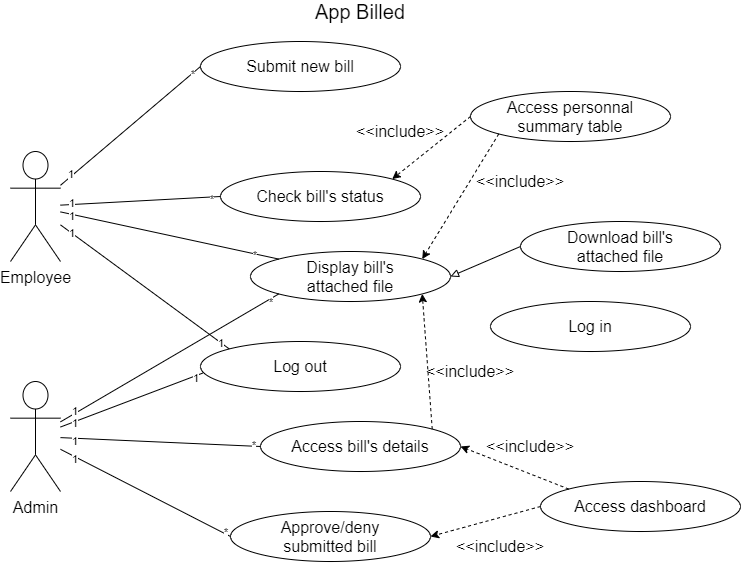
This is specs/UseCases.png from SebDelile/Billed-app-FR, a draw.io export, as it was before one commit. Source tidied: cells renumbered, new cells last; positions are measured from the earlier drawing's top-left corner, leaving out a move shared by most shapes. The source it was exported from:
```xml
<mxGraphModel>
  <root>
    <mxCell id="0" />
    <mxCell id="1" parent="0" />
    <mxCell id="2" value="Employee" style="shape=umlActor;verticalLabelPosition=bottom;verticalAlign=top;html=1;outlineConnect=0;fontSize=16;" parent="1" vertex="1">
      <mxGeometry y="150" width="50" height="110" as="geometry" />
    </mxCell>
    <mxCell id="3" value="Admin" style="shape=umlActor;verticalLabelPosition=bottom;verticalAlign=top;html=1;outlineConnect=0;fontSize=16;" parent="1" vertex="1">
      <mxGeometry y="380" width="50" height="110" as="geometry" />
    </mxCell>
    <mxCell id="4" value="App Billed" style="text;html=1;strokeColor=none;fillColor=none;align=center;verticalAlign=middle;whiteSpace=wrap;rounded=0;fontSize=20;" parent="1" vertex="1">
      <mxGeometry x="240" width="220" height="20" as="geometry" />
    </mxCell>
    <mxCell id="5" value="Log in" style="ellipse;whiteSpace=wrap;html=1;fontSize=16;spacing=5;" parent="1" vertex="1">
      <mxGeometry x="480" y="300" width="200" height="50" as="geometry" />
    </mxCell>
    <mxCell id="6" value="Access personnal&lt;br&gt;summary table" style="ellipse;whiteSpace=wrap;html=1;fontSize=16;spacing=5;" parent="1" vertex="1">
      <mxGeometry x="460" y="90" width="200" height="50" as="geometry" />
    </mxCell>
    <mxCell id="7" value="Display bill's&lt;br&gt;attached file" style="ellipse;whiteSpace=wrap;html=1;fontSize=16;spacing=5;" parent="1" vertex="1">
      <mxGeometry x="240" y="250" width="200" height="50" as="geometry" />
    </mxCell>
    <mxCell id="8" value="Download bill's&lt;br&gt;attached file" style="ellipse;whiteSpace=wrap;html=1;fontSize=16;spacing=5;" parent="1" vertex="1">
      <mxGeometry x="510" y="220" width="200" height="50" as="geometry" />
    </mxCell>
    <mxCell id="9" value="Submit new bill" style="ellipse;whiteSpace=wrap;html=1;fontSize=16;spacing=5;" parent="1" vertex="1">
      <mxGeometry x="190" y="40" width="200" height="50" as="geometry" />
    </mxCell>
    <mxCell id="10" value="Approve/deny&lt;br&gt;submitted bill" style="ellipse;whiteSpace=wrap;html=1;fontSize=16;spacing=5;" parent="1" vertex="1">
      <mxGeometry x="220" y="510" width="200" height="50" as="geometry" />
    </mxCell>
    <mxCell id="11" value="Log out" style="ellipse;whiteSpace=wrap;html=1;fontSize=16;spacing=5;" parent="1" vertex="1">
      <mxGeometry x="190" y="340" width="200" height="50" as="geometry" />
    </mxCell>
    <mxCell id="12" value="Access dashboard" style="ellipse;whiteSpace=wrap;html=1;fontSize=16;spacing=5;" parent="1" vertex="1">
      <mxGeometry x="530" y="480" width="200" height="50" as="geometry" />
    </mxCell>
    <mxCell id="13" value="Access bill's details" style="ellipse;whiteSpace=wrap;html=1;fontSize=16;spacing=5;" parent="1" vertex="1">
      <mxGeometry x="250" y="420" width="200" height="50" as="geometry" />
    </mxCell>
    <mxCell id="14" value="Check bill's status" style="ellipse;whiteSpace=wrap;html=1;fontSize=16;spacing=5;" parent="1" vertex="1">
      <mxGeometry x="210" y="170" width="200" height="50" as="geometry" />
    </mxCell>
    <mxCell id="15" style="endArrow=classic;html=1;dashed=1;entryX=1;entryY=0;entryDx=0;entryDy=0;exitX=0;exitY=0.5;exitDx=0;exitDy=0;" parent="1" edge="1" source="6" target="14">
      <mxGeometry relative="1" as="geometry" />
    </mxCell>
    <mxCell id="16" style="endArrow=classic;html=1;dashed=1;entryX=1;entryY=0;entryDx=0;entryDy=0;exitX=0;exitY=1;exitDx=0;exitDy=0;" parent="1" edge="1" source="6" target="7">
      <mxGeometry relative="1" as="geometry" />
    </mxCell>
    <mxCell id="17" style="endArrow=block;html=1;endFill=0;entryX=1;entryY=0.5;entryDx=0;entryDy=0;exitX=0;exitY=0.5;exitDx=0;exitDy=0;" parent="1" edge="1" source="8" target="7">
      <mxGeometry relative="1" as="geometry" />
    </mxCell>
    <mxCell id="18" style="endArrow=classic;html=1;dashed=1;entryX=1;entryY=0.5;entryDx=0;entryDy=0;exitX=0;exitY=0;exitDx=0;exitDy=0;" parent="1" edge="1" source="12" target="13">
      <mxGeometry relative="1" as="geometry" />
    </mxCell>
    <mxCell id="19" style="endArrow=classic;html=1;dashed=1;entryX=1;entryY=0.5;entryDx=0;entryDy=0;exitX=0;exitY=0.5;exitDx=0;exitDy=0;" parent="1" edge="1" source="12" target="10">
      <mxGeometry relative="1" as="geometry" />
    </mxCell>
    <mxCell id="20" style="endArrow=none;html=1;endFill=0;entryX=0;entryY=0.5;entryDx=0;entryDy=0;" parent="1" edge="1" source="3" target="10">
      <mxGeometry relative="1" as="geometry" />
    </mxCell>
    <mxCell id="21" value="1" style="edgeLabel;html=1;align=left;verticalAlign=bottom;" parent="20" vertex="1">
      <mxGeometry x="-1" relative="1" as="geometry">
        <mxPoint x="10" y="17.3" as="offset" />
      </mxGeometry>
    </mxCell>
    <mxCell id="22" value="*" style="edgeLabel;html=1;align=right;verticalAlign=bottom;" parent="20" vertex="1">
      <mxGeometry x="1" relative="1" as="geometry">
        <mxPoint x="-3" y="3.8" as="offset" />
      </mxGeometry>
    </mxCell>
    <mxCell id="23" style="endArrow=none;html=1;endFill=0;entryX=0;entryY=0.5;entryDx=0;entryDy=0;" parent="1" edge="1" source="3" target="13">
      <mxGeometry relative="1" as="geometry" />
    </mxCell>
    <mxCell id="24" value="1" style="edgeLabel;html=1;align=left;verticalAlign=bottom;" parent="23" vertex="1">
      <mxGeometry x="-1" relative="1" as="geometry">
        <mxPoint x="10" y="11.8" as="offset" />
      </mxGeometry>
    </mxCell>
    <mxCell id="25" value="*" style="edgeLabel;html=1;align=right;verticalAlign=bottom;" parent="23" vertex="1">
      <mxGeometry x="1" relative="1" as="geometry">
        <mxPoint x="-4" y="7" as="offset" />
      </mxGeometry>
    </mxCell>
    <mxCell id="26" style="endArrow=none;html=1;endFill=0;entryX=0;entryY=1;entryDx=0;entryDy=0;" parent="1" edge="1" source="3" target="7">
      <mxGeometry relative="1" as="geometry" />
    </mxCell>
    <mxCell id="27" value="1" style="edgeLabel;html=1;align=left;verticalAlign=bottom;" parent="26" vertex="1">
      <mxGeometry x="-1" relative="1" as="geometry">
        <mxPoint x="10" y="-2.8" as="offset" />
      </mxGeometry>
    </mxCell>
    <mxCell id="28" value="*" style="edgeLabel;html=1;align=right;verticalAlign=bottom;" parent="26" vertex="1">
      <mxGeometry x="1" relative="1" as="geometry">
        <mxPoint x="-6" y="16" as="offset" />
      </mxGeometry>
    </mxCell>
    <mxCell id="29" style="endArrow=none;html=1;endFill=0;entryX=0.011;entryY=0.632;entryDx=0;entryDy=0;entryPerimeter=0;" parent="1" edge="1" source="3" target="11">
      <mxGeometry relative="1" as="geometry" />
    </mxCell>
    <mxCell id="30" value="1" style="edgeLabel;html=1;align=left;verticalAlign=bottom;" parent="29" vertex="1">
      <mxGeometry x="-1" relative="1" as="geometry">
        <mxPoint x="10" y="4.4" as="offset" />
      </mxGeometry>
    </mxCell>
    <mxCell id="31" value="1" style="edgeLabel;html=1;align=right;verticalAlign=bottom;" parent="29" vertex="1">
      <mxGeometry x="1" relative="1" as="geometry">
        <mxPoint x="-3.3" y="12.4" as="offset" />
      </mxGeometry>
    </mxCell>
    <mxCell id="32" value="&amp;lt;&amp;lt;include&amp;gt;&amp;gt;" style="text;html=1;strokeColor=none;fillColor=none;align=center;verticalAlign=middle;whiteSpace=wrap;rounded=0;fontSize=16;" parent="1" vertex="1">
      <mxGeometry x="500" y="435" width="40" height="20" as="geometry" />
    </mxCell>
    <mxCell id="33" value="&amp;lt;&amp;lt;include&amp;gt;&amp;gt;" style="text;html=1;strokeColor=none;fillColor=none;align=center;verticalAlign=middle;whiteSpace=wrap;rounded=0;fontSize=16;" parent="1" vertex="1">
      <mxGeometry x="470" y="535" width="40" height="20" as="geometry" />
    </mxCell>
    <mxCell id="34" value="&amp;lt;&amp;lt;include&amp;gt;&amp;gt;" style="text;html=1;strokeColor=none;fillColor=none;align=center;verticalAlign=middle;whiteSpace=wrap;rounded=0;fontSize=16;" parent="1" vertex="1">
      <mxGeometry x="370" y="120" width="40" height="20" as="geometry" />
    </mxCell>
    <mxCell id="35" value="&amp;lt;&amp;lt;include&amp;gt;&amp;gt;" style="text;html=1;strokeColor=none;fillColor=none;align=center;verticalAlign=middle;whiteSpace=wrap;rounded=0;fontSize=16;" parent="1" vertex="1">
      <mxGeometry x="490" y="170" width="40" height="20" as="geometry" />
    </mxCell>
    <mxCell id="36" style="endArrow=none;html=1;endFill=0;entryX=0;entryY=0.5;entryDx=0;entryDy=0;" parent="1" edge="1" source="2" target="9">
      <mxGeometry relative="1" as="geometry" />
    </mxCell>
    <mxCell id="37" value="1" style="edgeLabel;html=1;align=left;verticalAlign=bottom;" parent="36" vertex="1">
      <mxGeometry x="-1" relative="1" as="geometry">
        <mxPoint x="6" y="-2.8" as="offset" />
      </mxGeometry>
    </mxCell>
    <mxCell id="38" value="*" style="edgeLabel;html=1;align=right;verticalAlign=bottom;" parent="36" vertex="1">
      <mxGeometry x="1" relative="1" as="geometry">
        <mxPoint x="-6" y="16" as="offset" />
      </mxGeometry>
    </mxCell>
    <mxCell id="39" style="endArrow=none;html=1;endFill=0;entryX=0;entryY=0.5;entryDx=0;entryDy=0;" parent="1" edge="1" source="2" target="14">
      <mxGeometry relative="1" as="geometry" />
    </mxCell>
    <mxCell id="40" value="1" style="edgeLabel;html=1;align=left;verticalAlign=bottom;" parent="39" vertex="1">
      <mxGeometry x="-1" relative="1" as="geometry">
        <mxPoint x="7" y="6.2" as="offset" />
      </mxGeometry>
    </mxCell>
    <mxCell id="41" value="*" style="edgeLabel;html=1;align=right;verticalAlign=bottom;" parent="39" vertex="1">
      <mxGeometry x="1" relative="1" as="geometry">
        <mxPoint x="-6" y="11" as="offset" />
      </mxGeometry>
    </mxCell>
    <mxCell id="42" style="endArrow=none;html=1;endFill=0;entryX=0;entryY=0;entryDx=0;entryDy=0;" parent="1" edge="1" source="2" target="7">
      <mxGeometry relative="1" as="geometry" />
    </mxCell>
    <mxCell id="43" value="1" style="edgeLabel;html=1;align=left;verticalAlign=bottom;" parent="42" vertex="1">
      <mxGeometry x="-1" relative="1" as="geometry">
        <mxPoint x="7" y="12.2" as="offset" />
      </mxGeometry>
    </mxCell>
    <mxCell id="44" value="*" style="edgeLabel;html=1;align=right;verticalAlign=bottom;" parent="42" vertex="1">
      <mxGeometry x="1" relative="1" as="geometry">
        <mxPoint x="-21" y="4" as="offset" />
      </mxGeometry>
    </mxCell>
    <mxCell id="45" style="endArrow=none;html=1;endFill=0;entryX=0;entryY=0;entryDx=0;entryDy=0;" parent="1" edge="1" source="2" target="11">
      <mxGeometry relative="1" as="geometry" />
    </mxCell>
    <mxCell id="46" value="1" style="edgeLabel;html=1;align=left;verticalAlign=bottom;" parent="45" vertex="1">
      <mxGeometry x="-1" relative="1" as="geometry">
        <mxPoint x="7" y="16.2" as="offset" />
      </mxGeometry>
    </mxCell>
    <mxCell id="47" value="1" style="edgeLabel;html=1;align=right;verticalAlign=bottom;" parent="45" vertex="1">
      <mxGeometry x="1" relative="1" as="geometry">
        <mxPoint x="-6" y="2" as="offset" />
      </mxGeometry>
    </mxCell>
    <mxCell id="48" style="endArrow=classic;html=1;dashed=1;exitX=1;exitY=0;exitDx=0;exitDy=0;entryX=1;entryY=1;entryDx=0;entryDy=0;" parent="1" edge="1" source="13" target="7">
      <mxGeometry relative="1" as="geometry" />
    </mxCell>
    <mxCell id="49" value="&amp;lt;&amp;lt;include&amp;gt;&amp;gt;" style="text;html=1;strokeColor=none;fillColor=none;align=center;verticalAlign=middle;whiteSpace=wrap;rounded=0;fontSize=16;" parent="1" vertex="1">
      <mxGeometry x="440" y="360" width="40" height="20" as="geometry" />
    </mxCell>
  </root>
</mxGraphModel>
```
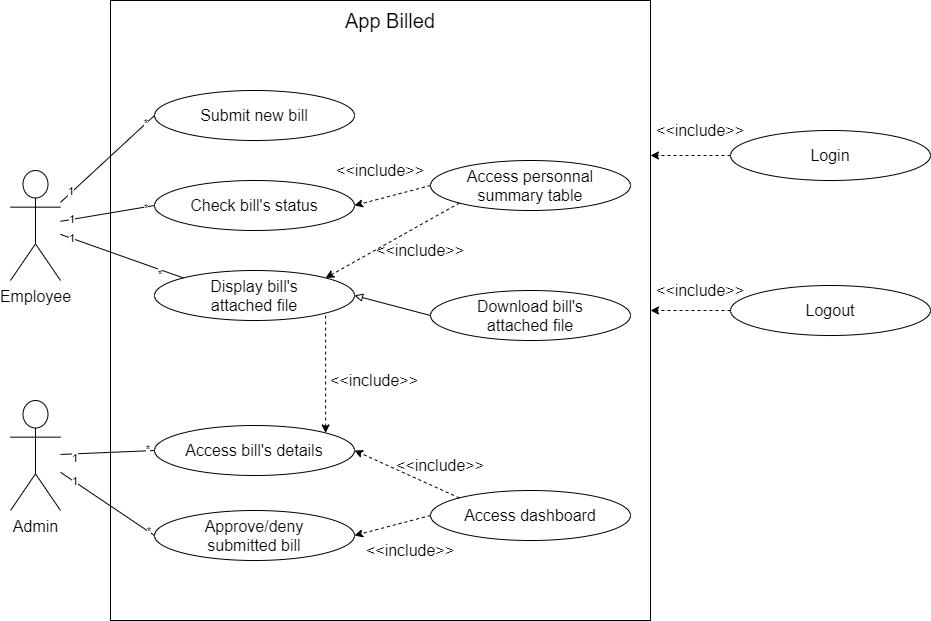
After the commit.

The edit, as a diff of the source:
```diff
@@ -2,6 +2,9 @@
   <root>
     <mxCell id="0" />
     <mxCell id="1" parent="0" />
+    <mxCell id="50" style="rounded=0;whiteSpace=wrap;html=1;fillColor=none;" parent="1" vertex="1">
+      <mxGeometry x="100" y="-20" width="540" height="620" as="geometry" />
+    </mxCell>
     <mxCell id="2" value="Employee" style="shape=umlActor;verticalLabelPosition=bottom;verticalAlign=top;html=1;outlineConnect=0;fontSize=16;" parent="1" vertex="1">
       <mxGeometry y="150" width="50" height="110" as="geometry" />
     </mxCell>
@@ -9,39 +12,33 @@
       <mxGeometry y="380" width="50" height="110" as="geometry" />
     </mxCell>
     <mxCell id="4" value="App Billed" style="text;html=1;strokeColor=none;fillColor=none;align=center;verticalAlign=middle;whiteSpace=wrap;rounded=0;fontSize=20;" parent="1" vertex="1">
-      <mxGeometry x="240" width="220" height="20" as="geometry" />
+      <mxGeometry x="270" y="-10" width="220" height="20" as="geometry" />
     </mxCell>
-    <mxCell id="5" value="Log in" style="ellipse;whiteSpace=wrap;html=1;fontSize=16;spacing=5;" parent="1" vertex="1">
-      <mxGeometry x="480" y="300" width="200" height="50" as="geometry" />
-    </mxCell>
     <mxCell id="6" value="Access personnal&lt;br&gt;summary table" style="ellipse;whiteSpace=wrap;html=1;fontSize=16;spacing=5;" parent="1" vertex="1">
-      <mxGeometry x="460" y="90" width="200" height="50" as="geometry" />
+      <mxGeometry x="420" y="140" width="200" height="50" as="geometry" />
     </mxCell>
     <mxCell id="7" value="Display bill's&lt;br&gt;attached file" style="ellipse;whiteSpace=wrap;html=1;fontSize=16;spacing=5;" parent="1" vertex="1">
-      <mxGeometry x="240" y="250" width="200" height="50" as="geometry" />
+      <mxGeometry x="144" y="250" width="200" height="50" as="geometry" />
     </mxCell>
     <mxCell id="8" value="Download bill's&lt;br&gt;attached file" style="ellipse;whiteSpace=wrap;html=1;fontSize=16;spacing=5;" parent="1" vertex="1">
-      <mxGeometry x="510" y="220" width="200" height="50" as="geometry" />
+      <mxGeometry x="420" y="270" width="200" height="50" as="geometry" />
     </mxCell>
     <mxCell id="9" value="Submit new bill" style="ellipse;whiteSpace=wrap;html=1;fontSize=16;spacing=5;" parent="1" vertex="1">
-      <mxGeometry x="190" y="40" width="200" height="50" as="geometry" />
+      <mxGeometry x="144" y="70" width="200" height="50" as="geometry" />
     </mxCell>
     <mxCell id="10" value="Approve/deny&lt;br&gt;submitted bill" style="ellipse;whiteSpace=wrap;html=1;fontSize=16;spacing=5;" parent="1" vertex="1">
-      <mxGeometry x="220" y="510" width="200" height="50" as="geometry" />
+      <mxGeometry x="144" y="490" width="200" height="50" as="geometry" />
     </mxCell>
-    <mxCell id="11" value="Log out" style="ellipse;whiteSpace=wrap;html=1;fontSize=16;spacing=5;" parent="1" vertex="1">
-      <mxGeometry x="190" y="340" width="200" height="50" as="geometry" />
-    </mxCell>
     <mxCell id="12" value="Access dashboard" style="ellipse;whiteSpace=wrap;html=1;fontSize=16;spacing=5;" parent="1" vertex="1">
-      <mxGeometry x="530" y="480" width="200" height="50" as="geometry" />
+      <mxGeometry x="420" y="470" width="200" height="50" as="geometry" />
     </mxCell>
     <mxCell id="13" value="Access bill's details" style="ellipse;whiteSpace=wrap;html=1;fontSize=16;spacing=5;" parent="1" vertex="1">
-      <mxGeometry x="250" y="420" width="200" height="50" as="geometry" />
+      <mxGeometry x="144" y="405" width="200" height="50" as="geometry" />
     </mxCell>
     <mxCell id="14" value="Check bill's status" style="ellipse;whiteSpace=wrap;html=1;fontSize=16;spacing=5;" parent="1" vertex="1">
-      <mxGeometry x="210" y="170" width="200" height="50" as="geometry" />
+      <mxGeometry x="144" y="160" width="200" height="50" as="geometry" />
     </mxCell>
-    <mxCell id="15" style="endArrow=classic;html=1;dashed=1;entryX=1;entryY=0;entryDx=0;entryDy=0;exitX=0;exitY=0.5;exitDx=0;exitDy=0;" parent="1" edge="1" source="6" target="14">
+    <mxCell id="15" style="endArrow=classic;html=1;dashed=1;entryX=1;entryY=0.5;entryDx=0;entryDy=0;exitX=0;exitY=0.5;exitDx=0;exitDy=0;" parent="1" edge="1" source="6" target="14">
       <mxGeometry relative="1" as="geometry" />
     </mxCell>
     <mxCell id="16" style="endArrow=classic;html=1;dashed=1;entryX=1;entryY=0;entryDx=0;entryDy=0;exitX=0;exitY=1;exitDx=0;exitDy=0;" parent="1" edge="1" source="6" target="7">
@@ -82,43 +79,17 @@
         <mxPoint x="-4" y="7" as="offset" />
       </mxGeometry>
     </mxCell>
-    <mxCell id="26" style="endArrow=none;html=1;endFill=0;entryX=0;entryY=1;entryDx=0;entryDy=0;" parent="1" edge="1" source="3" target="7">
-      <mxGeometry relative="1" as="geometry" />
-    </mxCell>
-    <mxCell id="27" value="1" style="edgeLabel;html=1;align=left;verticalAlign=bottom;" parent="26" vertex="1">
-      <mxGeometry x="-1" relative="1" as="geometry">
-        <mxPoint x="10" y="-2.8" as="offset" />
-      </mxGeometry>
-    </mxCell>
-    <mxCell id="28" value="*" style="edgeLabel;html=1;align=right;verticalAlign=bottom;" parent="26" vertex="1">
-      <mxGeometry x="1" relative="1" as="geometry">
-        <mxPoint x="-6" y="16" as="offset" />
-      </mxGeometry>
-    </mxCell>
-    <mxCell id="29" style="endArrow=none;html=1;endFill=0;entryX=0.011;entryY=0.632;entryDx=0;entryDy=0;entryPerimeter=0;" parent="1" edge="1" source="3" target="11">
-      <mxGeometry relative="1" as="geometry" />
-    </mxCell>
-    <mxCell id="30" value="1" style="edgeLabel;html=1;align=left;verticalAlign=bottom;" parent="29" vertex="1">
-      <mxGeometry x="-1" relative="1" as="geometry">
-        <mxPoint x="10" y="4.4" as="offset" />
-      </mxGeometry>
-    </mxCell>
-    <mxCell id="31" value="1" style="edgeLabel;html=1;align=right;verticalAlign=bottom;" parent="29" vertex="1">
-      <mxGeometry x="1" relative="1" as="geometry">
-        <mxPoint x="-3.3" y="12.4" as="offset" />
-      </mxGeometry>
-    </mxCell>
     <mxCell id="32" value="&amp;lt;&amp;lt;include&amp;gt;&amp;gt;" style="text;html=1;strokeColor=none;fillColor=none;align=center;verticalAlign=middle;whiteSpace=wrap;rounded=0;fontSize=16;" parent="1" vertex="1">
-      <mxGeometry x="500" y="435" width="40" height="20" as="geometry" />
+      <mxGeometry x="410" y="435" width="40" height="20" as="geometry" />
     </mxCell>
     <mxCell id="33" value="&amp;lt;&amp;lt;include&amp;gt;&amp;gt;" style="text;html=1;strokeColor=none;fillColor=none;align=center;verticalAlign=middle;whiteSpace=wrap;rounded=0;fontSize=16;" parent="1" vertex="1">
-      <mxGeometry x="470" y="535" width="40" height="20" as="geometry" />
+      <mxGeometry x="380" y="520" width="40" height="20" as="geometry" />
     </mxCell>
     <mxCell id="34" value="&amp;lt;&amp;lt;include&amp;gt;&amp;gt;" style="text;html=1;strokeColor=none;fillColor=none;align=center;verticalAlign=middle;whiteSpace=wrap;rounded=0;fontSize=16;" parent="1" vertex="1">
-      <mxGeometry x="370" y="120" width="40" height="20" as="geometry" />
+      <mxGeometry x="350" y="140" width="40" height="20" as="geometry" />
     </mxCell>
     <mxCell id="35" value="&amp;lt;&amp;lt;include&amp;gt;&amp;gt;" style="text;html=1;strokeColor=none;fillColor=none;align=center;verticalAlign=middle;whiteSpace=wrap;rounded=0;fontSize=16;" parent="1" vertex="1">
-      <mxGeometry x="490" y="170" width="40" height="20" as="geometry" />
+      <mxGeometry x="390" y="220" width="40" height="20" as="geometry" />
     </mxCell>
     <mxCell id="36" style="endArrow=none;html=1;endFill=0;entryX=0;entryY=0.5;entryDx=0;entryDy=0;" parent="1" edge="1" source="2" target="9">
       <mxGeometry relative="1" as="geometry" />
@@ -159,24 +130,29 @@
         <mxPoint x="-21" y="4" as="offset" />
       </mxGeometry>
     </mxCell>
-    <mxCell id="45" style="endArrow=none;html=1;endFill=0;entryX=0;entryY=0;entryDx=0;entryDy=0;" parent="1" edge="1" source="2" target="11">
-      <mxGeometry relative="1" as="geometry" />
-    </mxCell>
-    <mxCell id="46" value="1" style="edgeLabel;html=1;align=left;verticalAlign=bottom;" parent="45" vertex="1">
-      <mxGeometry x="-1" relative="1" as="geometry">
-        <mxPoint x="7" y="16.2" as="offset" />
-      </mxGeometry>
-    </mxCell>
-    <mxCell id="47" value="1" style="edgeLabel;html=1;align=right;verticalAlign=bottom;" parent="45" vertex="1">
-      <mxGeometry x="1" relative="1" as="geometry">
-        <mxPoint x="-6" y="2" as="offset" />
-      </mxGeometry>
-    </mxCell>
-    <mxCell id="48" style="endArrow=classic;html=1;dashed=1;exitX=1;exitY=0;exitDx=0;exitDy=0;entryX=1;entryY=1;entryDx=0;entryDy=0;" parent="1" edge="1" source="13" target="7">
+    <mxCell id="48" style="endArrow=none;html=1;dashed=1;exitX=1;exitY=0;exitDx=0;exitDy=0;entryX=1;entryY=1;entryDx=0;entryDy=0;endFill=0;startArrow=classic;startFill=1;" parent="1" edge="1" source="13" target="7">
       <mxGeometry relative="1" as="geometry" />
     </mxCell>
     <mxCell id="49" value="&amp;lt;&amp;lt;include&amp;gt;&amp;gt;" style="text;html=1;strokeColor=none;fillColor=none;align=center;verticalAlign=middle;whiteSpace=wrap;rounded=0;fontSize=16;" parent="1" vertex="1">
-      <mxGeometry x="440" y="360" width="40" height="20" as="geometry" />
+      <mxGeometry x="344" y="350" width="40" height="20" as="geometry" />
     </mxCell>
+    <mxCell id="51" value="Login" style="ellipse;whiteSpace=wrap;html=1;fontSize=16;spacing=5;" parent="1" vertex="1">
+      <mxGeometry x="720" y="110" width="200" height="50" as="geometry" />
+    </mxCell>
+    <mxCell id="52" value="Logout" style="ellipse;whiteSpace=wrap;html=1;fontSize=16;spacing=5;" parent="1" vertex="1">
+      <mxGeometry x="720" y="265" width="200" height="50" as="geometry" />
+    </mxCell>
+    <mxCell id="53" style="endArrow=classic;html=1;dashed=1;entryX=1;entryY=0.25;entryDx=0;entryDy=0;exitX=0;exitY=0.5;exitDx=0;exitDy=0;" parent="1" edge="1" source="51" target="50">
+      <mxGeometry relative="1" as="geometry" />
+    </mxCell>
+    <mxCell id="54" style="endArrow=classic;html=1;dashed=1;entryX=1;entryY=0.5;entryDx=0;entryDy=0;exitX=0;exitY=0.5;exitDx=0;exitDy=0;" parent="1" edge="1" source="52" target="50">
+      <mxGeometry relative="1" as="geometry" />
+    </mxCell>
+    <mxCell id="55" value="&amp;lt;&amp;lt;include&amp;gt;&amp;gt;" style="text;html=1;strokeColor=none;fillColor=none;align=center;verticalAlign=middle;whiteSpace=wrap;rounded=0;fontSize=16;" parent="1" vertex="1">
+      <mxGeometry x="670" y="100" width="40" height="20" as="geometry" />
+    </mxCell>
+    <mxCell id="56" value="&amp;lt;&amp;lt;include&amp;gt;&amp;gt;" style="text;html=1;strokeColor=none;fillColor=none;align=center;verticalAlign=middle;whiteSpace=wrap;rounded=0;fontSize=16;" parent="1" vertex="1">
+      <mxGeometry x="670" y="260" width="40" height="20" as="geometry" />
+    </mxCell>
   </root>
 </mxGraphModel>
```
